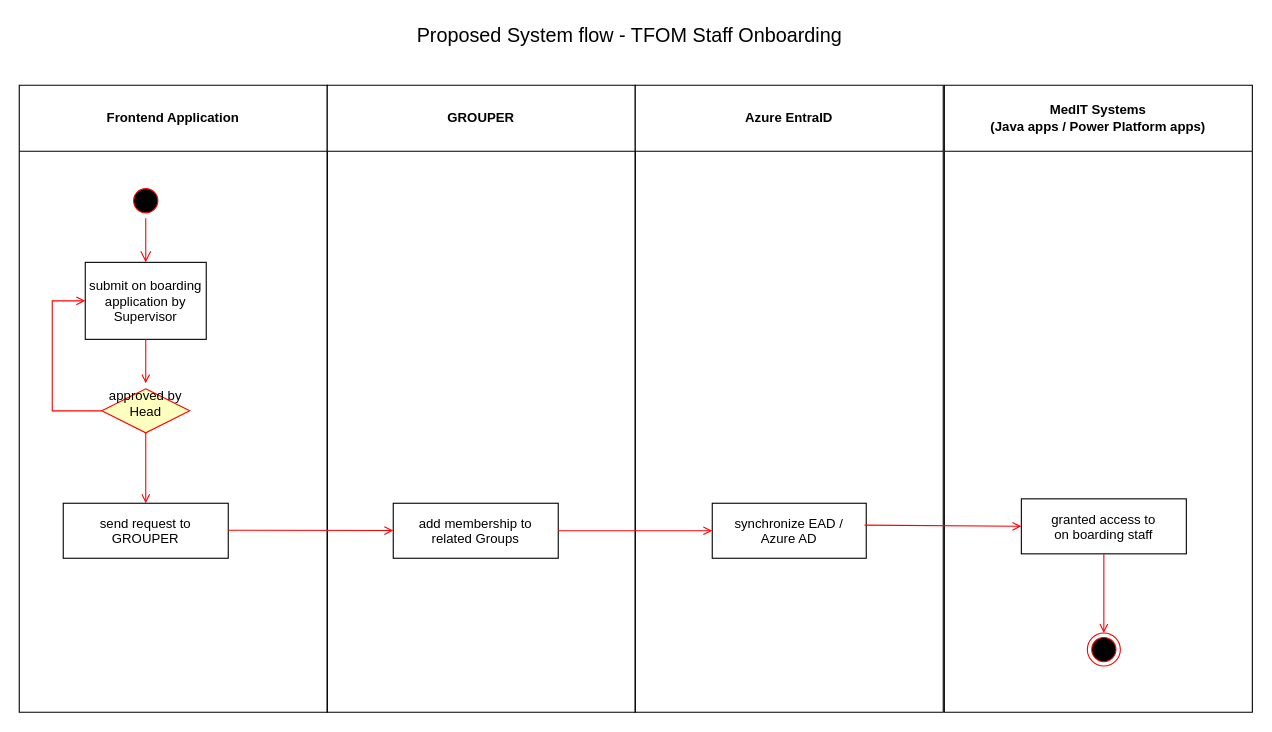
The draw.io diagram diagram/Untitled Diagram.drawio in Maurice-Tam/draw.io, before the edit. Source tidied: cells renumbered, new cells numbered last; positions are measured from the earlier drawing's top-left corner, leaving out a move shared by most shapes. Both pictures are drawn from the tidied source at 110%, with x=0, y=0 at pixel (19, 19).
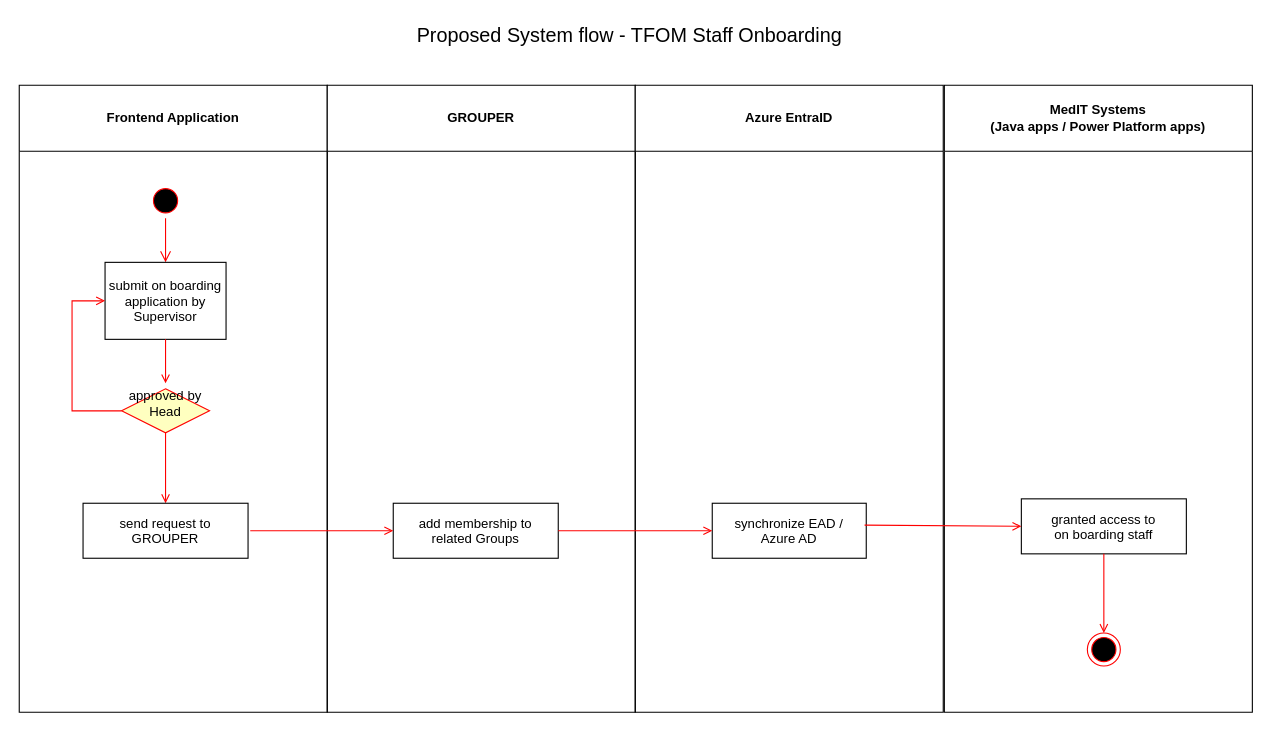
After the change.

The change refers to these unchanged cells:
```xml
<mxCell id="2" value="Frontend Application" style="swimlane;whiteSpace=wrap;startSize=60;" parent="1" vertex="1">
  <mxGeometry y="60" width="280" height="570" as="geometry" />
</mxCell>
<mxCell id="11" value="GROUPER" style="swimlane;whiteSpace=wrap;startSize=60;" parent="1" vertex="1">
  <mxGeometry x="280" y="60" width="280" height="570" as="geometry" />
</mxCell>
<mxCell id="12" value="add membership to &#10;related Groups" parent="11" vertex="1">
  <mxGeometry x="60" y="380" width="150" height="50" as="geometry" />
</mxCell>
```

What changed in the source:
```diff
@@
     <mxCell id="3" style="ellipse;shape=startState;fillColor=#000000;strokeColor=#ff0000;" parent="2" vertex="1">
-      <mxGeometry x="100" y="90" width="30" height="30" as="geometry" />
+      <mxGeometry x="118" y="90" width="30" height="30" as="geometry" />
     </mxCell>
     <mxCell id="4" style="edgeStyle=elbowEdgeStyle;elbow=horizontal;verticalAlign=bottom;endArrow=open;endSize=8;strokeColor=#FF0000;endFill=1;rounded=0;" parent="2" edge="1" target="5">
       <mxGeometry x="100" y="40" as="geometry">
-        <mxPoint x="115" y="121" as="sourcePoint" />
+        <mxPoint x="133" y="121" as="sourcePoint" />
       </mxGeometry>
     </mxCell>
     <mxCell id="5" value="submit on boarding&#10;application by &#10;Supervisor" parent="2" vertex="1">
-      <mxGeometry x="60" y="161" width="110" height="70" as="geometry" />
+      <mxGeometry x="78" y="161" width="110" height="70" as="geometry" />
     </mxCell>
     <mxCell id="6" style="endArrow=open;strokeColor=#FF0000;endFill=1;rounded=0;" parent="2" edge="1" source="5">
       <mxGeometry relative="1" as="geometry">
-        <mxPoint x="115" y="271" as="targetPoint" />
+        <mxPoint x="133" y="271" as="targetPoint" />
       </mxGeometry>
     </mxCell>
     <mxCell id="7" value="approved by&#10;Head&#10;" style="rhombus;fillColor=#ffffc0;strokeColor=#ff0000;" parent="2" vertex="1">
-      <mxGeometry x="75" y="276" width="80" height="40" as="geometry" />
+      <mxGeometry x="93" y="276" width="80" height="40" as="geometry" />
     </mxCell>
     <mxCell id="8" style="edgeStyle=elbowEdgeStyle;elbow=horizontal;strokeColor=#FF0000;endArrow=open;endFill=1;rounded=0;entryX=0;entryY=0.5;entryDx=0;entryDy=0;exitX=0;exitY=0.5;exitDx=0;exitDy=0;" parent="2" edge="1" source="7" target="5">
       <mxGeometry relative="1" as="geometry">
         <Array as="points">
-          <mxPoint x="30" y="281" />
+          <mxPoint x="48" y="281" />
         </Array>
       </mxGeometry>
     </mxCell>
@@
     <mxCell id="10" value="send request to &#10;GROUPER" parent="2" vertex="1">
-      <mxGeometry x="40" y="380" width="150" height="50" as="geometry" />
+      <mxGeometry x="58" y="380" width="150" height="50" as="geometry" />
     </mxCell>
@@
-    <mxCell id="13" style="endArrow=open;strokeColor=#FF0000;endFill=1;rounded=0;exitX=1;exitY=0.5;exitDx=0;exitDy=0;" parent="11" edge="1" target="12">
+    <mxCell id="13" style="endArrow=open;strokeColor=#FF0000;endFill=1;rounded=0;" parent="11" edge="1" target="12">
       <mxGeometry relative="1" as="geometry">
-        <mxPoint x="-90" y="404.5" as="sourcePoint" />
+        <mxPoint x="-70" y="405" as="sourcePoint" />
       </mxGeometry>
     </mxCell>
```
